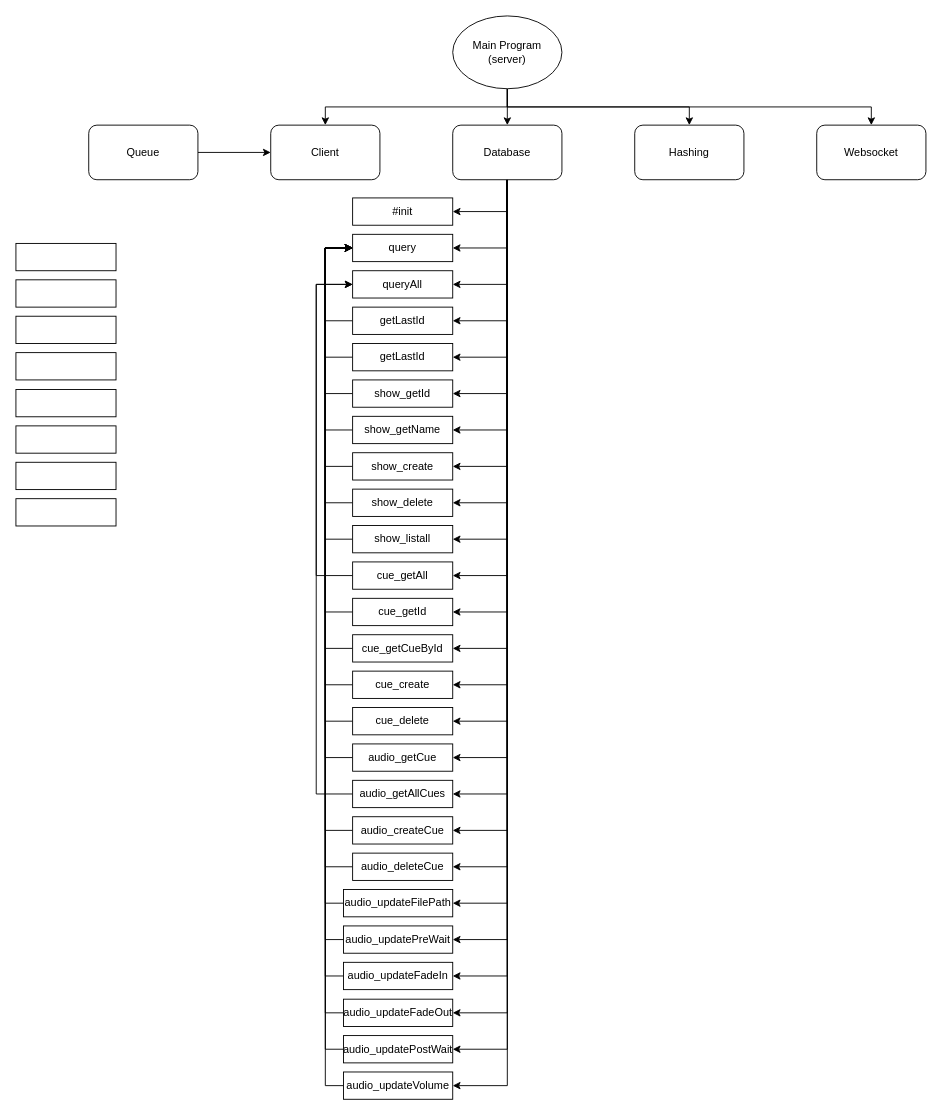
This is page "Hierarchy (server)" (3 of 4) of Docs/db.drawio from User5029/NEA, a draw.io file, before an edit. Source tidied: cells renumbered, new cells numbered last; positions are measured from the earlier drawing's top-left corner, leaving out a move shared by most shapes. Both pictures are drawn from the tidied source at 91%, with x=0, y=0 at pixel (15, 15).
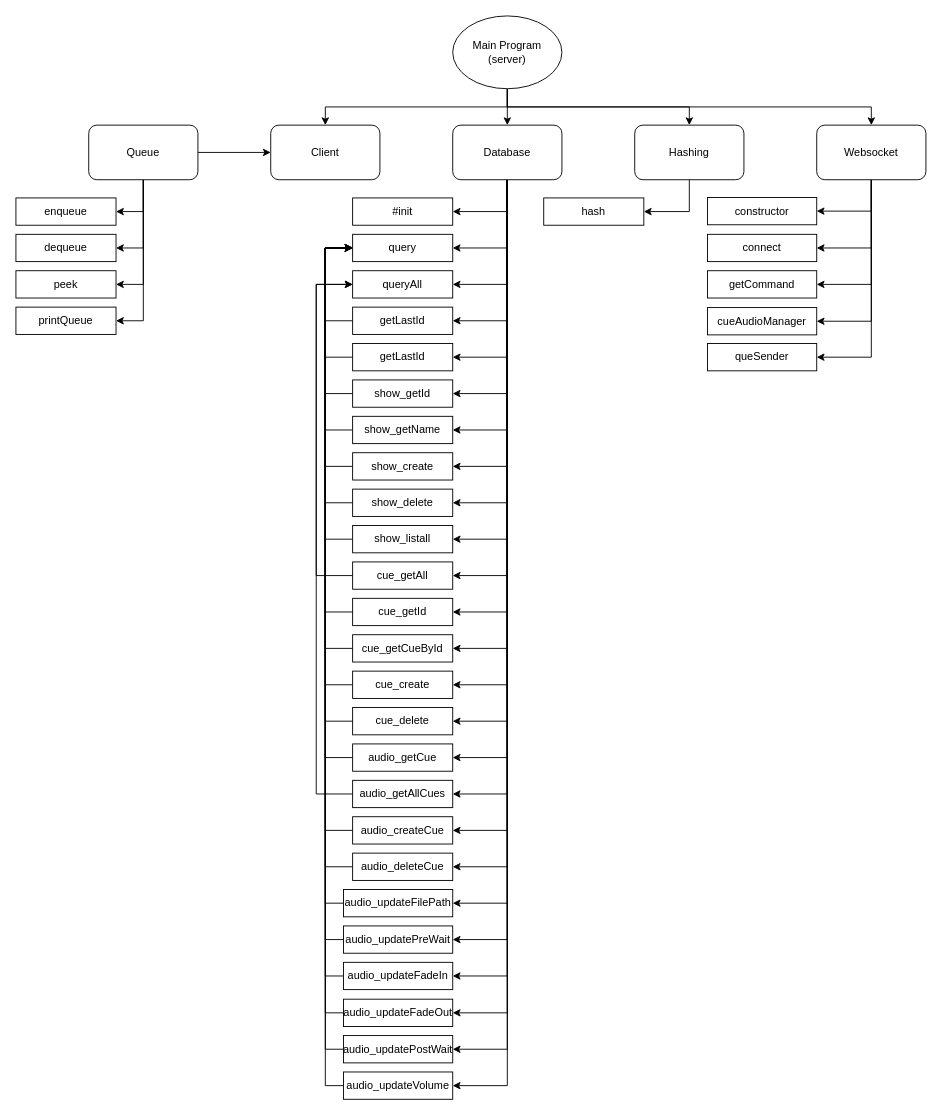
After the change.

Unchanged cells that the change refers to:
```xml
<mxCell id="8" value="Queue" style="rounded=1;whiteSpace=wrap;html=1;" parent="1" vertex="1">
  <mxGeometry x="80" y="120" width="120" height="60" as="geometry" />
</mxCell>
<mxCell id="36" value="Hashing" style="rounded=1;whiteSpace=wrap;html=1;" parent="1" vertex="1">
  <mxGeometry x="680" y="120" width="120" height="60" as="geometry" />
</mxCell>
<mxCell id="37" value="Websocket" style="rounded=1;whiteSpace=wrap;html=1;" parent="1" vertex="1">
  <mxGeometry x="880" y="120" width="120" height="60" as="geometry" />
</mxCell>
```

Change to the diagram source:
```diff
@@
+    <mxCell id="93" style="edgeStyle=orthogonalEdgeStyle;rounded=0;jettySize=auto;html=1;exitX=0.5;exitY=1;exitDx=0;exitDy=0;entryX=1;entryY=0.5;entryDx=0;entryDy=0;" parent="1" edge="1" source="8" target="84">
+      <mxGeometry relative="1" as="geometry" />
+    </mxCell>
+    <mxCell id="94" style="edgeStyle=orthogonalEdgeStyle;rounded=0;jettySize=auto;html=1;exitX=0.5;exitY=1;exitDx=0;exitDy=0;entryX=1;entryY=0.5;entryDx=0;entryDy=0;" parent="1" edge="1" source="8" target="85">
+      <mxGeometry relative="1" as="geometry" />
+    </mxCell>
+    <mxCell id="95" style="edgeStyle=orthogonalEdgeStyle;rounded=0;jettySize=auto;html=1;exitX=0.5;exitY=1;exitDx=0;exitDy=0;entryX=1;entryY=0.5;entryDx=0;entryDy=0;" parent="1" edge="1" source="8" target="86">
+      <mxGeometry relative="1" as="geometry" />
+    </mxCell>
+    <mxCell id="96" style="edgeStyle=orthogonalEdgeStyle;rounded=0;jettySize=auto;html=1;exitX=0.5;exitY=1;exitDx=0;exitDy=0;entryX=1;entryY=0.5;entryDx=0;entryDy=0;" parent="1" edge="1" source="8" target="87">
+      <mxGeometry relative="1" as="geometry" />
+    </mxCell>
@@
+    <mxCell id="97" style="edgeStyle=orthogonalEdgeStyle;rounded=0;jettySize=auto;html=1;exitX=0.5;exitY=1;exitDx=0;exitDy=0;entryX=1;entryY=0.5;entryDx=0;entryDy=0;" parent="1" edge="1" source="36" target="103">
+      <mxGeometry relative="1" as="geometry" />
+    </mxCell>
@@
+    <mxCell id="98" style="edgeStyle=orthogonalEdgeStyle;rounded=0;jettySize=auto;html=1;exitX=0.5;exitY=1;exitDx=0;exitDy=0;entryX=1;entryY=0.5;entryDx=0;entryDy=0;" parent="1" edge="1" source="37" target="104">
+      <mxGeometry relative="1" as="geometry" />
+    </mxCell>
+    <mxCell id="99" style="edgeStyle=orthogonalEdgeStyle;rounded=0;jettySize=auto;html=1;exitX=0.5;exitY=1;exitDx=0;exitDy=0;entryX=1;entryY=0.5;entryDx=0;entryDy=0;" parent="1" edge="1" source="37" target="105">
+      <mxGeometry relative="1" as="geometry" />
+    </mxCell>
+    <mxCell id="100" style="edgeStyle=orthogonalEdgeStyle;rounded=0;jettySize=auto;html=1;exitX=0.5;exitY=1;exitDx=0;exitDy=0;entryX=1;entryY=0.5;entryDx=0;entryDy=0;" parent="1" edge="1" source="37" target="106">
+      <mxGeometry relative="1" as="geometry" />
+    </mxCell>
+    <mxCell id="101" style="edgeStyle=orthogonalEdgeStyle;rounded=0;jettySize=auto;html=1;exitX=0.5;exitY=1;exitDx=0;exitDy=0;entryX=1;entryY=0.5;entryDx=0;entryDy=0;" parent="1" edge="1" source="37" target="107">
+      <mxGeometry relative="1" as="geometry" />
+    </mxCell>
+    <mxCell id="102" style="edgeStyle=orthogonalEdgeStyle;rounded=0;jettySize=auto;html=1;exitX=0.5;exitY=1;exitDx=0;exitDy=0;entryX=1;entryY=0.5;entryDx=0;entryDy=0;" parent="1" edge="1" source="37" target="108">
+      <mxGeometry relative="1" as="geometry" />
+    </mxCell>
@@
-    <mxCell id="84" style="rounded=0;whiteSpace=wrap;html=1;" parent="1" vertex="1">
-      <mxGeometry y="250" width="110" height="30" as="geometry" />
+    <mxCell id="84" value="enqueue" style="rounded=0;whiteSpace=wrap;html=1;" parent="1" vertex="1">
+      <mxGeometry y="200" width="110" height="30" as="geometry" />
     </mxCell>
-    <mxCell id="85" style="rounded=0;whiteSpace=wrap;html=1;" parent="1" vertex="1">
-      <mxGeometry y="290" width="110" height="30" as="geometry" />
+    <mxCell id="85" value="dequeue" style="rounded=0;whiteSpace=wrap;html=1;" parent="1" vertex="1">
+      <mxGeometry y="240" width="110" height="30" as="geometry" />
     </mxCell>
-    <mxCell id="86" style="rounded=0;whiteSpace=wrap;html=1;" parent="1" vertex="1">
-      <mxGeometry y="330" width="110" height="30" as="geometry" />
+    <mxCell id="86" value="peek" style="rounded=0;whiteSpace=wrap;html=1;" parent="1" vertex="1">
+      <mxGeometry y="280" width="110" height="30" as="geometry" />
     </mxCell>
-    <mxCell id="87" style="rounded=0;whiteSpace=wrap;html=1;" parent="1" vertex="1">
-      <mxGeometry y="370" width="110" height="30" as="geometry" />
+    <mxCell id="87" value="printQueue" style="rounded=0;whiteSpace=wrap;html=1;" parent="1" vertex="1">
+      <mxGeometry y="320" width="110" height="30" as="geometry" />
     </mxCell>
-    <mxCell id="88" style="rounded=0;whiteSpace=wrap;html=1;" parent="1" vertex="1">
-      <mxGeometry y="410.5" width="110" height="30" as="geometry" />
-    </mxCell>
-    <mxCell id="89" style="rounded=0;whiteSpace=wrap;html=1;" parent="1" vertex="1">
-      <mxGeometry y="450.5" width="110" height="30" as="geometry" />
-    </mxCell>
-    <mxCell id="90" style="rounded=0;whiteSpace=wrap;html=1;" parent="1" vertex="1">
-      <mxGeometry y="490.5" width="110" height="30" as="geometry" />
-    </mxCell>
-    <mxCell id="91" style="rounded=0;whiteSpace=wrap;html=1;" parent="1" vertex="1">
-      <mxGeometry y="530.5" width="110" height="30" as="geometry" />
-    </mxCell>
@@
+    <mxCell id="103" value="hash" style="rounded=0;whiteSpace=wrap;html=1;" parent="1" vertex="1">
+      <mxGeometry x="580" y="200" width="110" height="30" as="geometry" />
+    </mxCell>
+    <mxCell id="104" value="constructor" style="rounded=0;whiteSpace=wrap;html=1;" parent="1" vertex="1">
+      <mxGeometry x="760" y="199.5" width="120" height="30" as="geometry" />
+    </mxCell>
+    <mxCell id="105" value="connect" style="rounded=0;whiteSpace=wrap;html=1;" parent="1" vertex="1">
+      <mxGeometry x="760" y="240" width="120" height="30" as="geometry" />
+    </mxCell>
+    <mxCell id="106" value="getCommand" style="rounded=0;whiteSpace=wrap;html=1;" parent="1" vertex="1">
+      <mxGeometry x="760" y="280" width="120" height="30" as="geometry" />
+    </mxCell>
+    <mxCell id="107" value="cueAudioManager" style="rounded=0;whiteSpace=wrap;html=1;" parent="1" vertex="1">
+      <mxGeometry x="760" y="320.5" width="120" height="30" as="geometry" />
+    </mxCell>
+    <mxCell id="108" value="queSender" style="rounded=0;whiteSpace=wrap;html=1;" parent="1" vertex="1">
+      <mxGeometry x="760" y="360" width="120" height="30" as="geometry" />
+    </mxCell>
```
